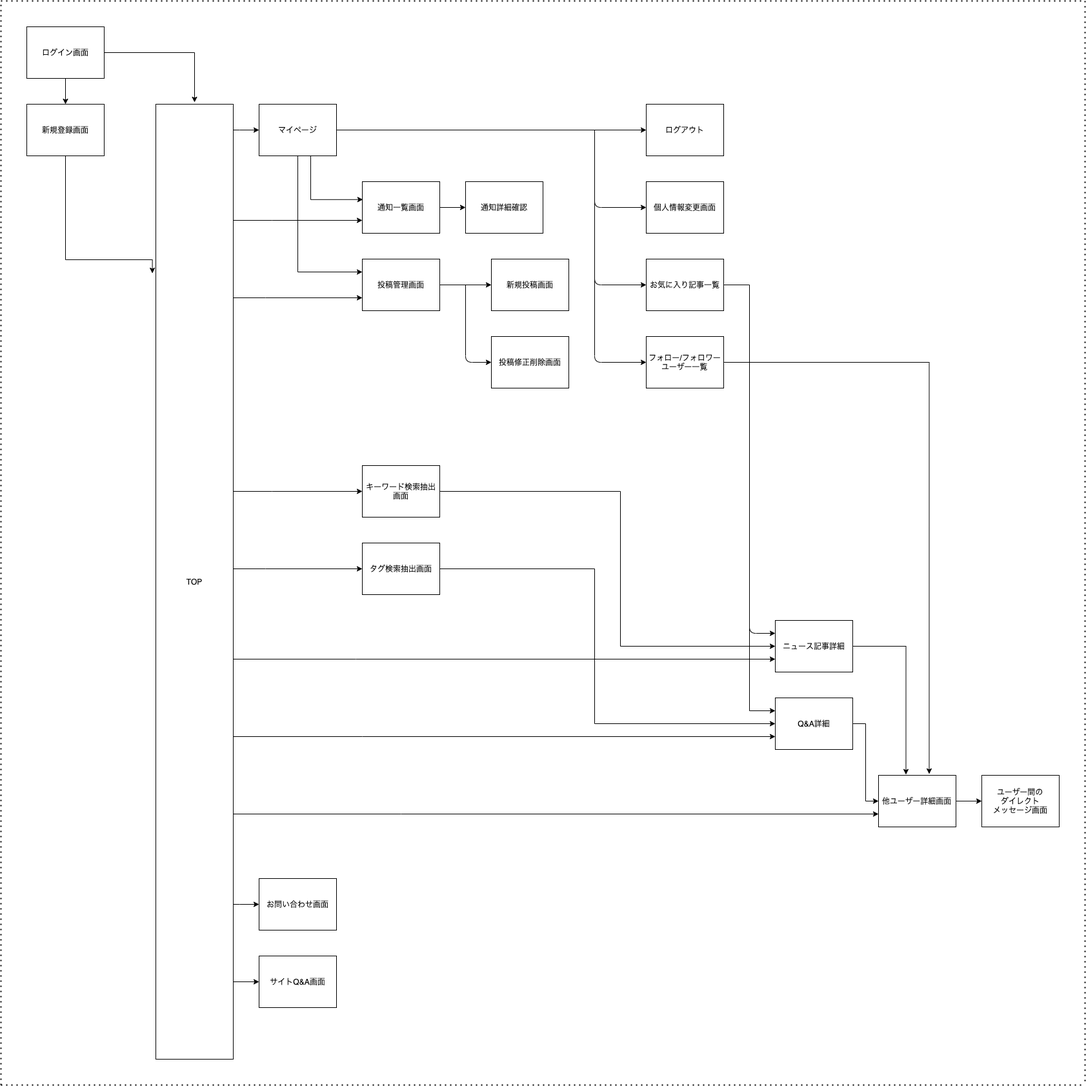
Earlier version of the draw.io export ScreenTransition/ST.png (kory-jp/proto1). Source tidied: cells renumbered, new cells last; positions are measured from the earlier drawing's top-left corner, leaving out a move shared by most shapes.
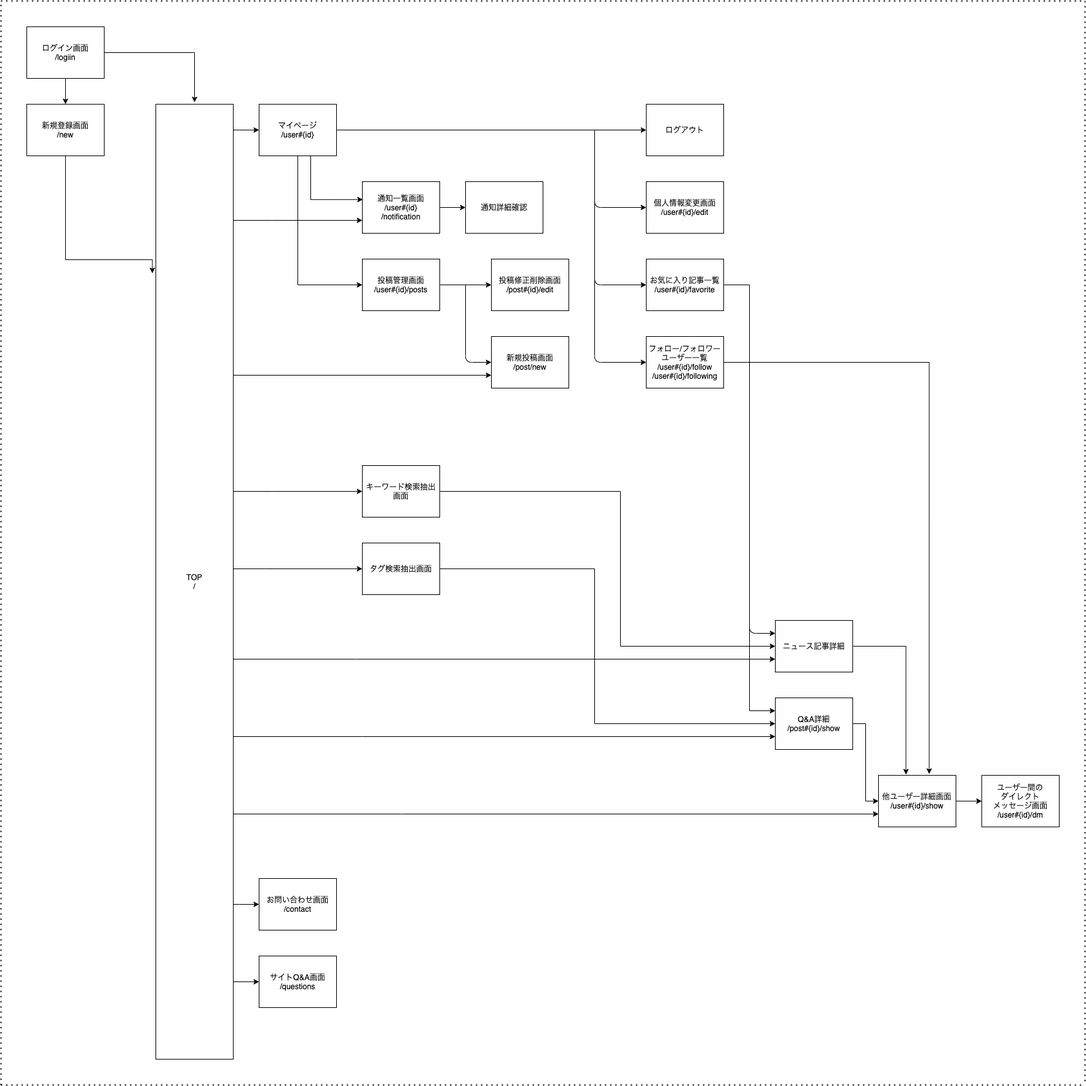
Later version of the same file.

What changed in the source:
```diff
@@ -10,7 +10,7 @@
         <mxPoint x="300" y="157" as="targetPoint" />
       </mxGeometry>
     </mxCell>
-    <mxCell id="4" value="ログイン画面" style="whiteSpace=wrap;html=1;align=center;newEdgeStyle={&quot;edgeStyle&quot;:&quot;elbowEdgeStyle&quot;,&quot;startArrow&quot;:&quot;none&quot;,&quot;endArrow&quot;:&quot;none&quot;};" parent="1" vertex="1">
+    <mxCell id="4" value="ログイン画面&lt;br&gt;/logiin" style="whiteSpace=wrap;html=1;align=center;newEdgeStyle={&quot;edgeStyle&quot;:&quot;elbowEdgeStyle&quot;,&quot;startArrow&quot;:&quot;none&quot;,&quot;endArrow&quot;:&quot;none&quot;};" parent="1" vertex="1">
       <mxGeometry x="40" y="40" width="120" height="80" as="geometry" />
     </mxCell>
     <mxCell id="5" style="edgeStyle=orthogonalEdgeStyle;rounded=0;jettySize=auto;html=1;entryX=-0.045;entryY=0.177;entryDx=0;entryDy=0;entryPerimeter=0;" parent="1" edge="1" source="6" target="17">
@@ -20,7 +20,7 @@
         </Array>
       </mxGeometry>
     </mxCell>
-    <mxCell id="6" value="新規登録画面" style="whiteSpace=wrap;html=1;align=center;newEdgeStyle={&quot;edgeStyle&quot;:&quot;elbowEdgeStyle&quot;,&quot;startArrow&quot;:&quot;none&quot;,&quot;endArrow&quot;:&quot;none&quot;};" parent="1" vertex="1">
+    <mxCell id="6" value="新規登録画面&lt;br&gt;/new" style="whiteSpace=wrap;html=1;align=center;newEdgeStyle={&quot;edgeStyle&quot;:&quot;elbowEdgeStyle&quot;,&quot;startArrow&quot;:&quot;none&quot;,&quot;endArrow&quot;:&quot;none&quot;};" parent="1" vertex="1">
       <mxGeometry x="40" y="160" width="120" height="80" as="geometry" />
     </mxCell>
     <mxCell id="7" style="edgeStyle=orthogonalEdgeStyle;rounded=0;jettySize=auto;html=1;entryX=0;entryY=0.5;entryDx=0;entryDy=0;" parent="1" edge="1" source="17" target="21">
@@ -39,11 +39,11 @@
         </Array>
       </mxGeometry>
     </mxCell>
-    <mxCell id="9" style="edgeStyle=orthogonalEdgeStyle;rounded=0;jettySize=auto;html=1;entryX=0;entryY=0.75;entryDx=0;entryDy=0;" parent="1" edge="1" source="17" target="25">
+    <mxCell id="9" style="edgeStyle=orthogonalEdgeStyle;rounded=0;jettySize=auto;html=1;entryX=0;entryY=0.75;entryDx=0;entryDy=0;" parent="1" edge="1" source="17" target="31">
       <mxGeometry relative="1" as="geometry">
         <Array as="points">
-          <mxPoint x="410" y="460" />
-          <mxPoint x="410" y="460" />
+          <mxPoint x="360" y="580" />
+          <mxPoint x="360" y="580" />
         </Array>
       </mxGeometry>
     </mxCell>
@@ -103,10 +103,10 @@
         </Array>
       </mxGeometry>
     </mxCell>
-    <mxCell id="17" value="TOP" style="whiteSpace=wrap;html=1;align=center;newEdgeStyle={&quot;edgeStyle&quot;:&quot;elbowEdgeStyle&quot;,&quot;startArrow&quot;:&quot;none&quot;,&quot;endArrow&quot;:&quot;none&quot;};" parent="1" vertex="1">
+    <mxCell id="17" value="TOP&lt;br&gt;/" style="whiteSpace=wrap;html=1;align=center;newEdgeStyle={&quot;edgeStyle&quot;:&quot;elbowEdgeStyle&quot;,&quot;startArrow&quot;:&quot;none&quot;,&quot;endArrow&quot;:&quot;none&quot;};" parent="1" vertex="1">
       <mxGeometry x="240" y="160" width="120" height="1480" as="geometry" />
     </mxCell>
-    <mxCell id="18" style="edgeStyle=orthogonalEdgeStyle;rounded=0;jettySize=auto;html=1;exitX=0.5;exitY=1;exitDx=0;exitDy=0;entryX=0;entryY=0.25;entryDx=0;entryDy=0;" parent="1" edge="1" source="21" target="25">
+    <mxCell id="18" style="edgeStyle=orthogonalEdgeStyle;rounded=0;jettySize=auto;html=1;exitX=0.5;exitY=1;exitDx=0;exitDy=0;entryX=0;entryY=0.5;entryDx=0;entryDy=0;" parent="1" edge="1" source="21" target="25">
       <mxGeometry relative="1" as="geometry" />
     </mxCell>
     <mxCell id="19" style="edgeStyle=orthogonalEdgeStyle;rounded=0;jettySize=auto;html=1;entryX=0;entryY=0.5;entryDx=0;entryDy=0;" parent="1" edge="1" source="21" target="27">
@@ -119,19 +119,19 @@
         </Array>
       </mxGeometry>
     </mxCell>
-    <mxCell id="21" value="マイページ" style="whiteSpace=wrap;html=1;align=center;newEdgeStyle={&quot;edgeStyle&quot;:&quot;elbowEdgeStyle&quot;,&quot;startArrow&quot;:&quot;none&quot;,&quot;endArrow&quot;:&quot;none&quot;};" parent="1" vertex="1">
+    <mxCell id="21" value="マイページ&lt;br&gt;/user#{id}" style="whiteSpace=wrap;html=1;align=center;newEdgeStyle={&quot;edgeStyle&quot;:&quot;elbowEdgeStyle&quot;,&quot;startArrow&quot;:&quot;none&quot;,&quot;endArrow&quot;:&quot;none&quot;};" parent="1" vertex="1">
       <mxGeometry x="400" y="160" width="120" height="80" as="geometry" />
     </mxCell>
     <mxCell id="22" style="edgeStyle=orthogonalEdgeStyle;rounded=0;jettySize=auto;html=1;entryX=0;entryY=0.5;entryDx=0;entryDy=0;" parent="1" edge="1" source="23" target="26">
       <mxGeometry relative="1" as="geometry" />
     </mxCell>
-    <mxCell id="23" value="通知一覧画面" style="whiteSpace=wrap;html=1;align=center;newEdgeStyle={&quot;edgeStyle&quot;:&quot;elbowEdgeStyle&quot;,&quot;startArrow&quot;:&quot;none&quot;,&quot;endArrow&quot;:&quot;none&quot;};" parent="1" vertex="1">
+    <mxCell id="23" value="通知一覧画面&lt;br&gt;/user#{id}&lt;br&gt;/notification" style="whiteSpace=wrap;html=1;align=center;newEdgeStyle={&quot;edgeStyle&quot;:&quot;elbowEdgeStyle&quot;,&quot;startArrow&quot;:&quot;none&quot;,&quot;endArrow&quot;:&quot;none&quot;};" parent="1" vertex="1">
       <mxGeometry x="560" y="280" width="120" height="80" as="geometry" />
     </mxCell>
     <mxCell id="24" style="edgeStyle=orthogonalEdgeStyle;rounded=0;jettySize=auto;html=1;entryX=0;entryY=0.5;entryDx=0;entryDy=0;" parent="1" edge="1" source="25" target="30">
       <mxGeometry relative="1" as="geometry" />
     </mxCell>
-    <mxCell id="25" value="投稿管理画面" style="whiteSpace=wrap;html=1;align=center;newEdgeStyle={&quot;edgeStyle&quot;:&quot;elbowEdgeStyle&quot;,&quot;startArrow&quot;:&quot;none&quot;,&quot;endArrow&quot;:&quot;none&quot;};" parent="1" vertex="1">
+    <mxCell id="25" value="投稿管理画面&lt;br&gt;/user#{id}/posts" style="whiteSpace=wrap;html=1;align=center;newEdgeStyle={&quot;edgeStyle&quot;:&quot;elbowEdgeStyle&quot;,&quot;startArrow&quot;:&quot;none&quot;,&quot;endArrow&quot;:&quot;none&quot;};" parent="1" vertex="1">
       <mxGeometry x="560" y="400" width="120" height="80" as="geometry" />
     </mxCell>
     <mxCell id="26" value="通知詳細確認" style="whiteSpace=wrap;html=1;align=center;newEdgeStyle={&quot;edgeStyle&quot;:&quot;elbowEdgeStyle&quot;,&quot;startArrow&quot;:&quot;none&quot;,&quot;endArrow&quot;:&quot;none&quot;};" parent="1" vertex="1">
@@ -140,7 +140,7 @@
     <mxCell id="27" value="ログアウト" style="whiteSpace=wrap;html=1;align=center;newEdgeStyle={&quot;edgeStyle&quot;:&quot;elbowEdgeStyle&quot;,&quot;startArrow&quot;:&quot;none&quot;,&quot;endArrow&quot;:&quot;none&quot;};" parent="1" vertex="1">
       <mxGeometry x="1000" y="160" width="120" height="80" as="geometry" />
     </mxCell>
-    <mxCell id="28" value="個人情報変更画面" style="whiteSpace=wrap;html=1;align=center;newEdgeStyle={&quot;edgeStyle&quot;:&quot;elbowEdgeStyle&quot;,&quot;startArrow&quot;:&quot;none&quot;,&quot;endArrow&quot;:&quot;none&quot;};" parent="1" vertex="1">
+    <mxCell id="28" value="個人情報変更画面&lt;br&gt;/user#{id}/edit" style="whiteSpace=wrap;html=1;align=center;newEdgeStyle={&quot;edgeStyle&quot;:&quot;elbowEdgeStyle&quot;,&quot;startArrow&quot;:&quot;none&quot;,&quot;endArrow&quot;:&quot;none&quot;};" parent="1" vertex="1">
       <mxGeometry x="1000" y="280" width="120" height="80" as="geometry" />
     </mxCell>
     <mxCell id="29" style="endArrow=classic;html=1;entryX=0;entryY=0.5;entryDx=0;entryDy=0;" parent="1" edge="1" target="28">
@@ -151,10 +151,10 @@
         </Array>
       </mxGeometry>
     </mxCell>
-    <mxCell id="30" value="新規投稿画面" style="whiteSpace=wrap;html=1;align=center;newEdgeStyle={&quot;edgeStyle&quot;:&quot;elbowEdgeStyle&quot;,&quot;startArrow&quot;:&quot;none&quot;,&quot;endArrow&quot;:&quot;none&quot;};" parent="1" vertex="1">
+    <mxCell id="30" value="投稿修正削除画面&lt;br&gt;/post#{id}/edit" style="whiteSpace=wrap;html=1;align=center;newEdgeStyle={&quot;edgeStyle&quot;:&quot;elbowEdgeStyle&quot;,&quot;startArrow&quot;:&quot;none&quot;,&quot;endArrow&quot;:&quot;none&quot;};" parent="1" vertex="1">
       <mxGeometry x="760" y="400" width="120" height="80" as="geometry" />
     </mxCell>
-    <mxCell id="31" value="投稿修正削除画面" style="whiteSpace=wrap;html=1;align=center;newEdgeStyle={&quot;edgeStyle&quot;:&quot;elbowEdgeStyle&quot;,&quot;startArrow&quot;:&quot;none&quot;,&quot;endArrow&quot;:&quot;none&quot;};" parent="1" vertex="1">
+    <mxCell id="31" value="新規投稿画面&lt;br&gt;/post/new" style="whiteSpace=wrap;html=1;align=center;newEdgeStyle={&quot;edgeStyle&quot;:&quot;elbowEdgeStyle&quot;,&quot;startArrow&quot;:&quot;none&quot;,&quot;endArrow&quot;:&quot;none&quot;};" parent="1" vertex="1">
       <mxGeometry x="760" y="520" width="120" height="80" as="geometry" />
     </mxCell>
     <mxCell id="32" style="endArrow=classic;html=1;entryX=0;entryY=0.5;entryDx=0;entryDy=0;" parent="1" edge="1" target="31">
@@ -168,13 +168,13 @@
     <mxCell id="33" style="edgeStyle=orthogonalEdgeStyle;rounded=0;jettySize=auto;html=1;entryX=0;entryY=0.25;entryDx=0;entryDy=0;" parent="1" edge="1" source="34" target="42">
       <mxGeometry relative="1" as="geometry" />
     </mxCell>
-    <mxCell id="34" value="お気に入り記事一覧" style="whiteSpace=wrap;html=1;align=center;newEdgeStyle={&quot;edgeStyle&quot;:&quot;elbowEdgeStyle&quot;,&quot;startArrow&quot;:&quot;none&quot;,&quot;endArrow&quot;:&quot;none&quot;};" parent="1" vertex="1">
+    <mxCell id="34" value="お気に入り記事一覧&lt;br&gt;/user#{id}/favorite" style="whiteSpace=wrap;html=1;align=center;newEdgeStyle={&quot;edgeStyle&quot;:&quot;elbowEdgeStyle&quot;,&quot;startArrow&quot;:&quot;none&quot;,&quot;endArrow&quot;:&quot;none&quot;};" parent="1" vertex="1">
       <mxGeometry x="1000" y="400" width="120" height="80" as="geometry" />
     </mxCell>
     <mxCell id="35" style="edgeStyle=orthogonalEdgeStyle;rounded=0;jettySize=auto;html=1;entryX=0.654;entryY=-0.026;entryDx=0;entryDy=0;entryPerimeter=0;" parent="1" edge="1" source="36" target="45">
       <mxGeometry relative="1" as="geometry" />
     </mxCell>
-    <mxCell id="36" value="フォロー/フォロワー&lt;br&gt;ユーザー一覧" style="whiteSpace=wrap;html=1;align=center;newEdgeStyle={&quot;edgeStyle&quot;:&quot;elbowEdgeStyle&quot;,&quot;startArrow&quot;:&quot;none&quot;,&quot;endArrow&quot;:&quot;none&quot;};" parent="1" vertex="1">
+    <mxCell id="36" value="フォロー/フォロワー&lt;br&gt;ユーザー一覧&lt;br&gt;/user#{id}/follow&lt;br&gt;/user#{id}/following" style="whiteSpace=wrap;html=1;align=center;newEdgeStyle={&quot;edgeStyle&quot;:&quot;elbowEdgeStyle&quot;,&quot;startArrow&quot;:&quot;none&quot;,&quot;endArrow&quot;:&quot;none&quot;};" parent="1" vertex="1">
       <mxGeometry x="1000" y="520" width="120" height="80" as="geometry" />
     </mxCell>
     <mxCell id="37" style="endArrow=classic;html=1;entryX=0;entryY=0.5;entryDx=0;entryDy=0;" parent="1" edge="1" target="34">
@@ -202,7 +202,7 @@
     <mxCell id="41" style="edgeStyle=orthogonalEdgeStyle;rounded=0;jettySize=auto;html=1;entryX=0;entryY=0.5;entryDx=0;entryDy=0;" parent="1" edge="1" source="42" target="45">
       <mxGeometry relative="1" as="geometry" />
     </mxCell>
-    <mxCell id="42" value="Q&amp;amp;A詳細" style="whiteSpace=wrap;html=1;align=center;newEdgeStyle={&quot;edgeStyle&quot;:&quot;elbowEdgeStyle&quot;,&quot;startArrow&quot;:&quot;none&quot;,&quot;endArrow&quot;:&quot;none&quot;};" parent="1" vertex="1">
+    <mxCell id="42" value="Q&amp;amp;A詳細&lt;br&gt;/post#{id}/show" style="whiteSpace=wrap;html=1;align=center;newEdgeStyle={&quot;edgeStyle&quot;:&quot;elbowEdgeStyle&quot;,&quot;startArrow&quot;:&quot;none&quot;,&quot;endArrow&quot;:&quot;none&quot;};" parent="1" vertex="1">
       <mxGeometry x="1200" y="1080" width="120" height="80" as="geometry" />
     </mxCell>
     <mxCell id="43" style="endArrow=classic;html=1;entryX=0;entryY=0.25;entryDx=0;entryDy=0;" parent="1" edge="1" target="40">
@@ -217,10 +217,10 @@
     <mxCell id="44" style="edgeStyle=orthogonalEdgeStyle;rounded=0;jettySize=auto;html=1;entryX=0;entryY=0.5;entryDx=0;entryDy=0;" parent="1" edge="1" source="45" target="46">
       <mxGeometry relative="1" as="geometry" />
     </mxCell>
-    <mxCell id="45" value="他ユーザー詳細画面" style="whiteSpace=wrap;html=1;align=center;newEdgeStyle={&quot;edgeStyle&quot;:&quot;elbowEdgeStyle&quot;,&quot;startArrow&quot;:&quot;none&quot;,&quot;endArrow&quot;:&quot;none&quot;};" parent="1" vertex="1">
+    <mxCell id="45" value="他ユーザー詳細画面&lt;br&gt;/user#{id}/show" style="whiteSpace=wrap;html=1;align=center;newEdgeStyle={&quot;edgeStyle&quot;:&quot;elbowEdgeStyle&quot;,&quot;startArrow&quot;:&quot;none&quot;,&quot;endArrow&quot;:&quot;none&quot;};" parent="1" vertex="1">
       <mxGeometry x="1360" y="1200" width="120" height="80" as="geometry" />
     </mxCell>
-    <mxCell id="46" value="ユーザー間の&lt;br&gt;ダイレクト&lt;br&gt;メッセージ画面" style="whiteSpace=wrap;html=1;align=center;newEdgeStyle={&quot;edgeStyle&quot;:&quot;elbowEdgeStyle&quot;,&quot;startArrow&quot;:&quot;none&quot;,&quot;endArrow&quot;:&quot;none&quot;};" parent="1" vertex="1">
+    <mxCell id="46" value="ユーザー間の&lt;br&gt;ダイレクト&lt;br&gt;メッセージ画面&lt;br&gt;/user#{id}/dm" style="whiteSpace=wrap;html=1;align=center;newEdgeStyle={&quot;edgeStyle&quot;:&quot;elbowEdgeStyle&quot;,&quot;startArrow&quot;:&quot;none&quot;,&quot;endArrow&quot;:&quot;none&quot;};" parent="1" vertex="1">
       <mxGeometry x="1520" y="1200" width="120" height="80" as="geometry" />
     </mxCell>
     <mxCell id="47" style="edgeStyle=orthogonalEdgeStyle;rounded=0;jettySize=auto;html=1;entryX=0;entryY=0.5;entryDx=0;entryDy=0;" parent="1" edge="1" source="48" target="40">
@@ -245,10 +245,10 @@
     <mxCell id="50" value="タグ検索抽出画面" style="whiteSpace=wrap;html=1;align=center;newEdgeStyle={&quot;edgeStyle&quot;:&quot;elbowEdgeStyle&quot;,&quot;startArrow&quot;:&quot;none&quot;,&quot;endArrow&quot;:&quot;none&quot;};" parent="1" vertex="1">
       <mxGeometry x="560" y="840" width="120" height="80" as="geometry" />
     </mxCell>
-    <mxCell id="51" value="お問い合わせ画面" style="whiteSpace=wrap;html=1;align=center;newEdgeStyle={&quot;edgeStyle&quot;:&quot;elbowEdgeStyle&quot;,&quot;startArrow&quot;:&quot;none&quot;,&quot;endArrow&quot;:&quot;none&quot;};" parent="1" vertex="1">
+    <mxCell id="51" value="お問い合わせ画面&lt;br&gt;/contact" style="whiteSpace=wrap;html=1;align=center;newEdgeStyle={&quot;edgeStyle&quot;:&quot;elbowEdgeStyle&quot;,&quot;startArrow&quot;:&quot;none&quot;,&quot;endArrow&quot;:&quot;none&quot;};" parent="1" vertex="1">
       <mxGeometry x="400" y="1360" width="120" height="80" as="geometry" />
     </mxCell>
-    <mxCell id="52" value="サイトQ&amp;amp;A画面" style="whiteSpace=wrap;html=1;align=center;newEdgeStyle={&quot;edgeStyle&quot;:&quot;elbowEdgeStyle&quot;,&quot;startArrow&quot;:&quot;none&quot;,&quot;endArrow&quot;:&quot;none&quot;};" parent="1" vertex="1">
+    <mxCell id="52" value="サイトQ&amp;amp;A画面&lt;br&gt;/questions" style="whiteSpace=wrap;html=1;align=center;newEdgeStyle={&quot;edgeStyle&quot;:&quot;elbowEdgeStyle&quot;,&quot;startArrow&quot;:&quot;none&quot;,&quot;endArrow&quot;:&quot;none&quot;};" parent="1" vertex="1">
       <mxGeometry x="400" y="1480" width="120" height="80" as="geometry" />
     </mxCell>
     <mxCell id="53" style="endArrow=none;dashed=1;html=1;dashPattern=1 3;strokeWidth=2;" parent="1" edge="1">
```
